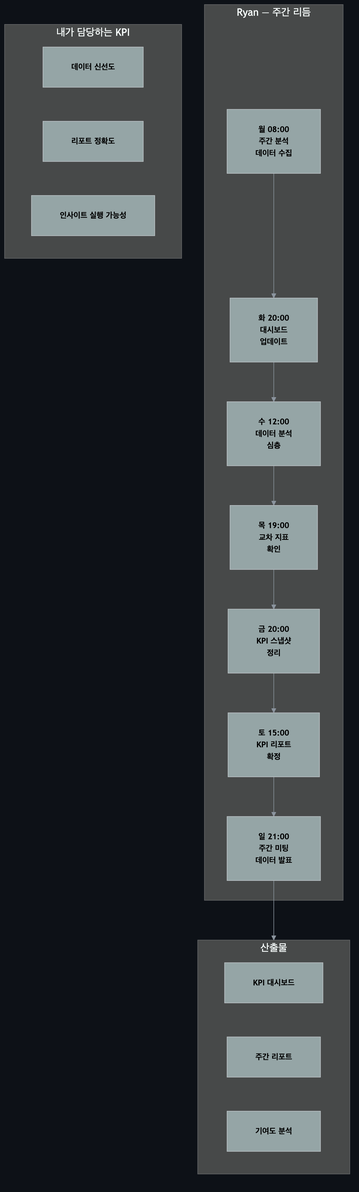
Before: products/hypeproof-workflow-diagrams/personal-ryan.png, a diagram exported from Mermaid (JeHyeong2/hypeprooflab). Its source is kept beside it as products/hypeproof-workflow-diagrams/personal-ryan.mmd.
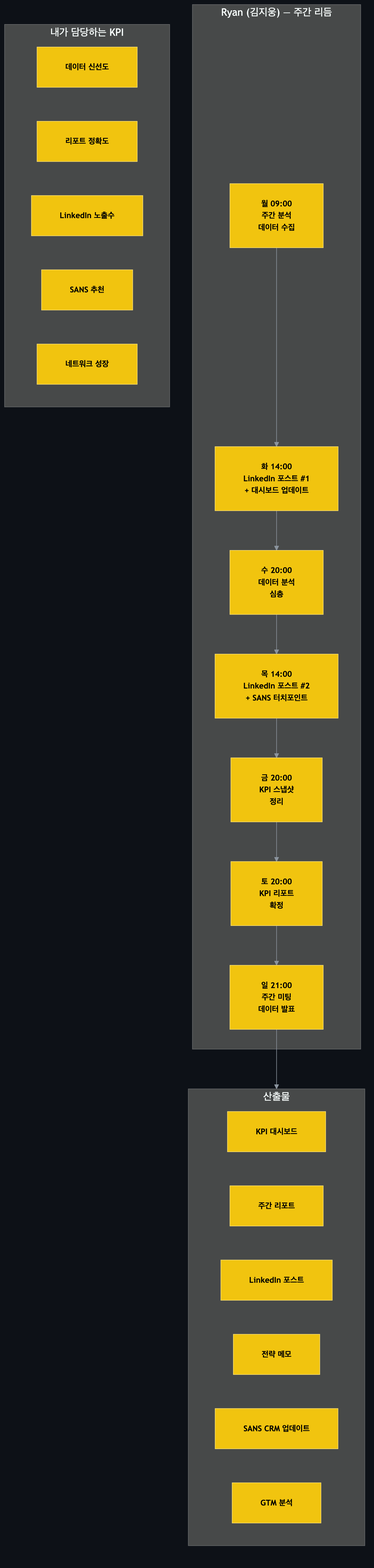
Later version of the same file.

The edit, as a diff of the source:
```diff
@@ -1,30 +1,35 @@
 flowchart TB
-    classDef ryan fill:#95a5a6,stroke:#bdc3c7,color:#000,font-weight:bold,font-size:14px
+    classDef ryan fill:#f1c40f,stroke:#f7dc6f,color:#000,font-weight:bold,font-size:14px
     classDef dim fill:#30363d,stroke:#484f58,color:#8b949e
 
-    subgraph WEEK["Ryan — 주간 리듬"]
-        MON["월 08:00<br/>주간 분석<br/>데이터 수집"]
-        TUE["화 20:00<br/>대시보드<br/>업데이트"]
-        WED["수 12:00<br/>데이터 분석<br/>심층"]
-        THU["목 19:00<br/>교차 지표<br/>확인"]
+    subgraph WEEK["Ryan (김지웅) — 주간 리듬"]
+        MON["월 09:00<br/>주간 분석<br/>데이터 수집"]
+        TUE["화 14:00<br/>LinkedIn 포스트 #1<br/>+ 대시보드 업데이트"]
+        WED["수 20:00<br/>데이터 분석<br/>심층"]
+        THU["목 14:00<br/>LinkedIn 포스트 #2<br/>+ SANS 터치포인트"]
         FRI["금 20:00<br/>KPI 스냅샷<br/>정리"]
-        SAT["토 15:00<br/>KPI 리포트<br/>확정"]
+        SAT["토 20:00<br/>KPI 리포트<br/>확정"]
         SUN["일 21:00<br/>주간 미팅<br/>데이터 발표"]
     end
 
     subgraph OUT["산출물"]
         O1["KPI 대시보드"]
         O2["주간 리포트"]
-        O3["기여도 분석"]
+        O3["LinkedIn 포스트"]
+        O4["전략 메모"]
+        O5["SANS CRM 업데이트"]
+        O6["GTM 분석"]
     end
 
     subgraph KPI["내가 담당하는 KPI"]
         K1["데이터 신선도"]
         K2["리포트 정확도"]
-        K3["인사이트 실행 가능성"]
+        K3["LinkedIn 노출수"]
+        K4["SANS 추천"]
+        K5["네트워크 성장"]
     end
 
     MON --> TUE --> WED --> THU --> FRI --> SAT --> SUN
     SUN --> OUT
 
-    class MON,TUE,WED,THU,FRI,SAT,SUN,O1,O2,O3,K1,K2,K3 ryan
+    class MON,TUE,WED,THU,FRI,SAT,SUN,O1,O2,O3,O4,O5,O6,K1,K2,K3,K4,K5 ryan
```
